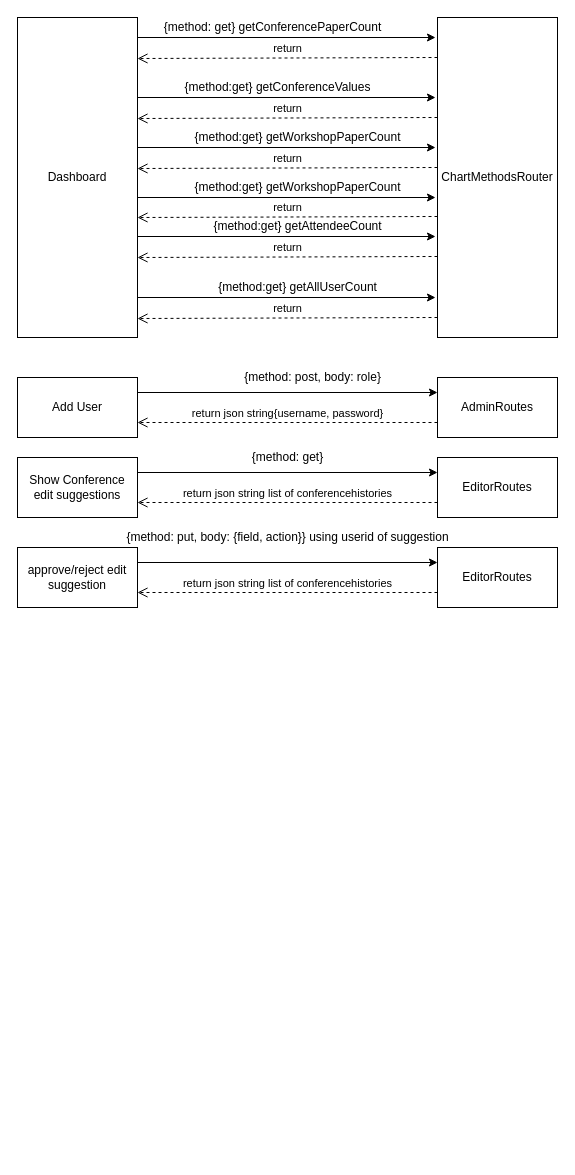
Above: page "Page-6" (6 of 6) of diagrams/Sequence_Restapi.drawio in matthew-sliit/conferencemgtool (draw.io), before the change. Source tidied: cells renumbered, new cells numbered last; positions are measured from the earlier drawing's top-left corner, leaving out a move shared by most shapes. Both pictures are drawn from the tidied source at 100%, with x=0, y=0 at pixel (17, 17).
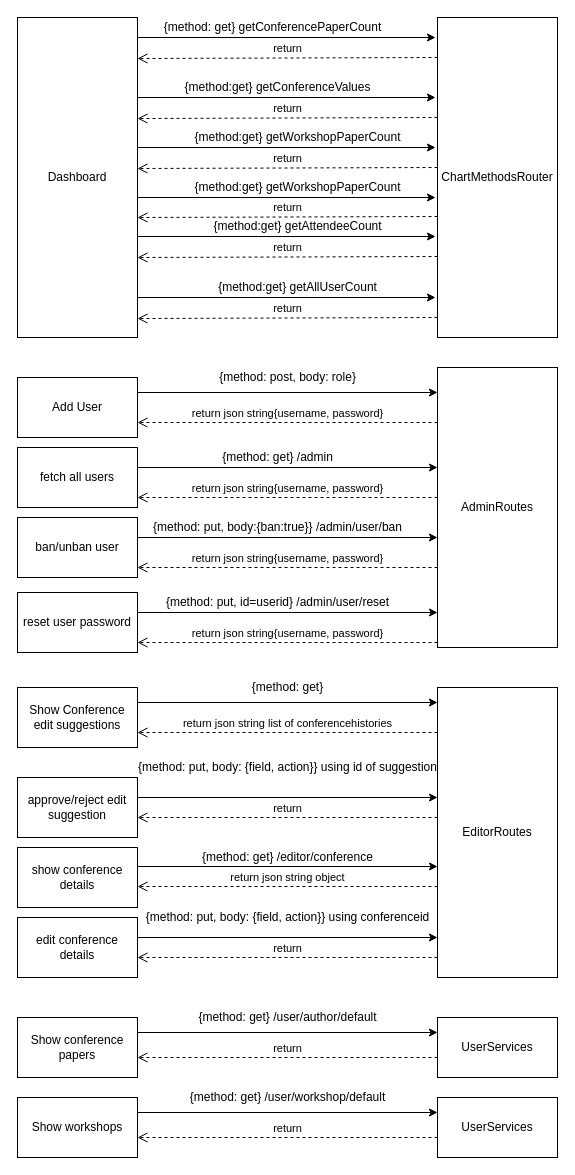
The same page after the edit.

Commit message:
Updated Admin functionality in rest api diagram.drawio

Unchanged cells that the change refers to:
```xml
<mxCell id="2" value="Add User" style="rounded=0;whiteSpace=wrap;html=1;" parent="1" vertex="1">
  <mxGeometry y="360" width="120" height="60" as="geometry" />
</mxCell>
```

The edit, as a diff of the source:
```diff
@@
-    <mxCell id="3" value="AdminRoutes" style="rounded=0;whiteSpace=wrap;html=1;" parent="1" vertex="1">
-      <mxGeometry x="420" y="360" width="120" height="60" as="geometry" />
-    </mxCell>
-    <mxCell id="4" style="endArrow=classic;html=1;exitX=1;exitY=0.25;exitDx=0;exitDy=0;entryX=0;entryY=0.25;entryDx=0;entryDy=0;" parent="1" edge="1" source="2" target="3">
-      <mxGeometry relative="1" as="geometry" />
+    <mxCell id="4" style="endArrow=classic;html=1;exitX=1;exitY=0.25;exitDx=0;exitDy=0;entryX=0;entryY=0.25;entryDx=0;entryDy=0;" parent="1" edge="1" source="2">
+      <mxGeometry relative="1" as="geometry">
+        <mxPoint x="420" y="375" as="targetPoint" />
+      </mxGeometry>
     </mxCell>
     <mxCell id="5" value="{method: post, body: role}" style="text;html=1;align=center;verticalAlign=middle;strokeColor=none;" parent="1" vertex="1">
-      <mxGeometry x="220" y="350" width="150" height="20" as="geometry" />
+      <mxGeometry x="195" y="350" width="150" height="20" as="geometry" />
     </mxCell>
-    <mxCell id="6" value="return json string{username, password}" style="html=1;verticalAlign=bottom;endArrow=open;dashed=1;endSize=8;entryX=1;entryY=0.75;entryDx=0;entryDy=0;exitX=0;exitY=0.75;exitDx=0;exitDy=0;" parent="1" edge="1" source="3" target="2">
-      <mxGeometry relative="1" as="geometry" />
+    <mxCell id="6" value="return json string{username, password}" style="html=1;verticalAlign=bottom;endArrow=open;dashed=1;endSize=8;entryX=1;entryY=0.75;entryDx=0;entryDy=0;exitX=0;exitY=0.75;exitDx=0;exitDy=0;" parent="1" edge="1" target="2">
+      <mxGeometry relative="1" as="geometry">
+        <mxPoint x="420" y="405" as="sourcePoint" />
+      </mxGeometry>
     </mxCell>
@@
     <mxCell id="27" value="Show Conference edit suggestions" style="rounded=0;whiteSpace=wrap;html=1;" parent="1" vertex="1">
-      <mxGeometry y="440" width="120" height="60" as="geometry" />
+      <mxGeometry y="670" width="120" height="60" as="geometry" />
     </mxCell>
     <mxCell id="28" value="EditorRoutes" style="rounded=0;whiteSpace=wrap;html=1;" parent="1" vertex="1">
-      <mxGeometry x="420" y="440" width="120" height="60" as="geometry" />
+      <mxGeometry x="420" y="670" width="120" height="290" as="geometry" />
     </mxCell>
-    <mxCell id="29" style="endArrow=classic;html=1;exitX=1;exitY=0.25;exitDx=0;exitDy=0;entryX=0;entryY=0.25;entryDx=0;entryDy=0;" parent="1" edge="1" target="28">
+    <mxCell id="29" style="endArrow=classic;html=1;exitX=1;exitY=0.25;exitDx=0;exitDy=0;" parent="1" edge="1">
       <mxGeometry relative="1" as="geometry">
-        <mxPoint x="120" y="455" as="sourcePoint" />
+        <mxPoint x="120" y="685" as="sourcePoint" />
+        <mxPoint x="420" y="685" as="targetPoint" />
       </mxGeometry>
     </mxCell>
     <mxCell id="30" value="{method: get}" style="text;html=1;align=center;verticalAlign=middle;strokeColor=none;" parent="1" vertex="1">
-      <mxGeometry x="225" y="430" width="90" height="20" as="geometry" />
+      <mxGeometry x="225" y="660" width="90" height="20" as="geometry" />
     </mxCell>
-    <mxCell id="31" value="return json string list of conferencehistories" style="html=1;verticalAlign=bottom;endArrow=open;dashed=1;endSize=8;entryX=1;entryY=0.75;entryDx=0;entryDy=0;exitX=0;exitY=0.75;exitDx=0;exitDy=0;" parent="1" edge="1" source="28">
+    <mxCell id="31" value="return json string list of conferencehistories" style="html=1;verticalAlign=bottom;endArrow=open;dashed=1;endSize=8;entryX=1;entryY=0.75;entryDx=0;entryDy=0;" parent="1" edge="1">
       <mxGeometry relative="1" as="geometry">
-        <mxPoint x="120" y="485" as="targetPoint" />
+        <mxPoint x="420" y="715" as="sourcePoint" />
+        <mxPoint x="120" y="715" as="targetPoint" />
       </mxGeometry>
     </mxCell>
     <mxCell id="32" value="approve/reject edit suggestion" style="rounded=0;whiteSpace=wrap;html=1;" parent="1" vertex="1">
-      <mxGeometry y="530" width="120" height="60" as="geometry" />
+      <mxGeometry y="760" width="120" height="60" as="geometry" />
     </mxCell>
-    <mxCell id="33" value="EditorRoutes" style="rounded=0;whiteSpace=wrap;html=1;" parent="1" vertex="1">
-      <mxGeometry x="420" y="530" width="120" height="60" as="geometry" />
-    </mxCell>
-    <mxCell id="34" style="endArrow=classic;html=1;exitX=1;exitY=0.25;exitDx=0;exitDy=0;entryX=0;entryY=0.25;entryDx=0;entryDy=0;" parent="1" edge="1" target="33">
-      <mxGeometry relative="1" as="geometry">
-        <mxPoint x="120" y="545" as="sourcePoint" />
-      </mxGeometry>
-    </mxCell>
-    <mxCell id="35" value="return json string list of conferencehistories" style="html=1;verticalAlign=bottom;endArrow=open;dashed=1;endSize=8;entryX=1;entryY=0.75;entryDx=0;entryDy=0;exitX=0;exitY=0.75;exitDx=0;exitDy=0;" parent="1" edge="1" source="33">
-      <mxGeometry relative="1" as="geometry">
-        <mxPoint x="120" y="575" as="targetPoint" />
-      </mxGeometry>
-    </mxCell>
-    <mxCell id="36" value="{method: put, body: {field, action}} using userid of suggestion" style="text;html=1;align=center;verticalAlign=middle;strokeColor=none;" parent="1" vertex="1">
-      <mxGeometry x="100" y="510" width="340" height="20" as="geometry" />
+    <mxCell id="36" value="{method: put, body: {field, action}} using id of suggestion" style="text;html=1;align=center;verticalAlign=middle;strokeColor=none;" parent="1" vertex="1">
+      <mxGeometry x="115" y="740" width="310" height="20" as="geometry" />
     </mxCell>
+    <mxCell id="37" value="show conference details" style="rounded=0;whiteSpace=wrap;html=1;" parent="1" vertex="1">
+      <mxGeometry y="830" width="120" height="60" as="geometry" />
+    </mxCell>
+    <mxCell id="38" value="{method: get} /editor/conference" style="text;html=1;align=center;verticalAlign=middle;strokeColor=none;" parent="1" vertex="1">
+      <mxGeometry x="175" y="830" width="190" height="20" as="geometry" />
+    </mxCell>
+    <mxCell id="39" value="edit conference details" style="rounded=0;whiteSpace=wrap;html=1;" parent="1" vertex="1">
+      <mxGeometry y="900" width="120" height="60" as="geometry" />
+    </mxCell>
+    <mxCell id="40" value="{method: put, body: {field, action}} using conferenceid" style="text;html=1;align=center;verticalAlign=middle;strokeColor=none;" parent="1" vertex="1">
+      <mxGeometry x="120" y="890" width="300" height="20" as="geometry" />
+    </mxCell>
+    <mxCell id="41" style="endArrow=classic;html=1;exitX=1;exitY=0.25;exitDx=0;exitDy=0;" parent="1" edge="1">
+      <mxGeometry relative="1" as="geometry">
+        <mxPoint x="120" y="780" as="sourcePoint" />
+        <mxPoint x="420" y="780" as="targetPoint" />
+      </mxGeometry>
+    </mxCell>
+    <mxCell id="42" style="endArrow=classic;html=1;exitX=1;exitY=0.25;exitDx=0;exitDy=0;" parent="1" edge="1">
+      <mxGeometry relative="1" as="geometry">
+        <mxPoint x="120" y="849" as="sourcePoint" />
+        <mxPoint x="420" y="849" as="targetPoint" />
+      </mxGeometry>
+    </mxCell>
+    <mxCell id="43" value="return" style="html=1;verticalAlign=bottom;endArrow=open;dashed=1;endSize=8;entryX=1;entryY=0.75;entryDx=0;entryDy=0;" parent="1" edge="1">
+      <mxGeometry relative="1" as="geometry">
+        <mxPoint x="420" y="940" as="sourcePoint" />
+        <mxPoint x="120" y="940" as="targetPoint" />
+      </mxGeometry>
+    </mxCell>
+    <mxCell id="44" style="endArrow=classic;html=1;exitX=1;exitY=0.25;exitDx=0;exitDy=0;" parent="1" edge="1">
+      <mxGeometry relative="1" as="geometry">
+        <mxPoint x="120" y="920" as="sourcePoint" />
+        <mxPoint x="420" y="920" as="targetPoint" />
+      </mxGeometry>
+    </mxCell>
+    <mxCell id="45" value="return json string object" style="html=1;verticalAlign=bottom;endArrow=open;dashed=1;endSize=8;entryX=1;entryY=0.75;entryDx=0;entryDy=0;" parent="1" edge="1">
+      <mxGeometry relative="1" as="geometry">
+        <mxPoint x="420" y="869" as="sourcePoint" />
+        <mxPoint x="120" y="869" as="targetPoint" />
+      </mxGeometry>
+    </mxCell>
+    <mxCell id="46" value="Show conference papers" style="rounded=0;whiteSpace=wrap;html=1;" parent="1" vertex="1">
+      <mxGeometry y="1000" width="120" height="60" as="geometry" />
+    </mxCell>
+    <mxCell id="47" value="UserServices" style="rounded=0;whiteSpace=wrap;html=1;" parent="1" vertex="1">
+      <mxGeometry x="420" y="1000" width="120" height="60" as="geometry" />
+    </mxCell>
+    <mxCell id="48" style="endArrow=classic;html=1;exitX=1;exitY=0.25;exitDx=0;exitDy=0;entryX=0;entryY=0.25;entryDx=0;entryDy=0;" parent="1" edge="1" source="46" target="47">
+      <mxGeometry relative="1" as="geometry" />
+    </mxCell>
+    <mxCell id="49" value="{method: get} /user/author/default" style="text;html=1;align=center;verticalAlign=middle;strokeColor=none;" parent="1" vertex="1">
+      <mxGeometry x="175" y="990" width="190" height="20" as="geometry" />
+    </mxCell>
+    <mxCell id="50" value="Show workshops" style="rounded=0;whiteSpace=wrap;html=1;" parent="1" vertex="1">
+      <mxGeometry y="1080" width="120" height="60" as="geometry" />
+    </mxCell>
+    <mxCell id="51" value="UserServices" style="rounded=0;whiteSpace=wrap;html=1;" parent="1" vertex="1">
+      <mxGeometry x="420" y="1080" width="120" height="60" as="geometry" />
+    </mxCell>
+    <mxCell id="52" style="endArrow=classic;html=1;exitX=1;exitY=0.25;exitDx=0;exitDy=0;entryX=0;entryY=0.25;entryDx=0;entryDy=0;" parent="1" edge="1" source="50" target="51">
+      <mxGeometry relative="1" as="geometry" />
+    </mxCell>
+    <mxCell id="53" value="{method: get} /user/workshop/default" style="text;html=1;align=center;verticalAlign=middle;strokeColor=none;" parent="1" vertex="1">
+      <mxGeometry x="165" y="1070" width="210" height="20" as="geometry" />
+    </mxCell>
+    <mxCell id="54" value="return" style="html=1;verticalAlign=bottom;endArrow=open;dashed=1;endSize=8;entryX=1;entryY=0.75;entryDx=0;entryDy=0;" parent="1" edge="1">
+      <mxGeometry relative="1" as="geometry">
+        <mxPoint x="420" y="800" as="sourcePoint" />
+        <mxPoint x="120" y="800" as="targetPoint" />
+      </mxGeometry>
+    </mxCell>
+    <mxCell id="55" value="return" style="html=1;verticalAlign=bottom;endArrow=open;dashed=1;endSize=8;entryX=1;entryY=0.75;entryDx=0;entryDy=0;" parent="1" edge="1">
+      <mxGeometry relative="1" as="geometry">
+        <mxPoint x="420" y="1040" as="sourcePoint" />
+        <mxPoint x="120" y="1040" as="targetPoint" />
+      </mxGeometry>
+    </mxCell>
+    <mxCell id="56" value="return" style="html=1;verticalAlign=bottom;endArrow=open;dashed=1;endSize=8;entryX=1;entryY=0.75;entryDx=0;entryDy=0;" parent="1" edge="1">
+      <mxGeometry relative="1" as="geometry">
+        <mxPoint x="420" y="1120" as="sourcePoint" />
+        <mxPoint x="120" y="1120" as="targetPoint" />
+      </mxGeometry>
+    </mxCell>
+    <mxCell id="57" value="fetch all users" style="rounded=0;whiteSpace=wrap;html=1;" parent="1" vertex="1">
+      <mxGeometry y="430" width="120" height="60" as="geometry" />
+    </mxCell>
+    <mxCell id="58" style="endArrow=classic;html=1;exitX=1;exitY=0.25;exitDx=0;exitDy=0;entryX=0;entryY=0.25;entryDx=0;entryDy=0;" parent="1" edge="1">
+      <mxGeometry relative="1" as="geometry">
+        <mxPoint x="120" y="450" as="sourcePoint" />
+        <mxPoint x="420" y="450" as="targetPoint" />
+      </mxGeometry>
+    </mxCell>
+    <mxCell id="59" value="return json string{username, password}" style="html=1;verticalAlign=bottom;endArrow=open;dashed=1;endSize=8;entryX=1;entryY=0.75;entryDx=0;entryDy=0;exitX=0;exitY=0.75;exitDx=0;exitDy=0;" parent="1" edge="1">
+      <mxGeometry relative="1" as="geometry">
+        <mxPoint x="420" y="480" as="sourcePoint" />
+        <mxPoint x="120" y="480" as="targetPoint" />
+      </mxGeometry>
+    </mxCell>
+    <mxCell id="3" value="AdminRoutes" style="rounded=0;whiteSpace=wrap;html=1;" parent="1" vertex="1">
+      <mxGeometry x="420" y="350" width="120" height="280" as="geometry" />
+    </mxCell>
+    <mxCell id="60" value="{method: get} /admin" style="text;html=1;align=center;verticalAlign=middle;strokeColor=none;" parent="1" vertex="1">
+      <mxGeometry x="195" y="430" width="130" height="20" as="geometry" />
+    </mxCell>
+    <mxCell id="61" value="ban/unban user" style="rounded=0;whiteSpace=wrap;html=1;" parent="1" vertex="1">
+      <mxGeometry y="500" width="120" height="60" as="geometry" />
+    </mxCell>
+    <mxCell id="62" style="endArrow=classic;html=1;exitX=1;exitY=0.25;exitDx=0;exitDy=0;entryX=0;entryY=0.25;entryDx=0;entryDy=0;" parent="1" edge="1">
+      <mxGeometry relative="1" as="geometry">
+        <mxPoint x="120" y="520" as="sourcePoint" />
+        <mxPoint x="420" y="520" as="targetPoint" />
+      </mxGeometry>
+    </mxCell>
+    <mxCell id="63" value="return json string{username, password}" style="html=1;verticalAlign=bottom;endArrow=open;dashed=1;endSize=8;entryX=1;entryY=0.75;entryDx=0;entryDy=0;exitX=0;exitY=0.75;exitDx=0;exitDy=0;" parent="1" edge="1">
+      <mxGeometry relative="1" as="geometry">
+        <mxPoint x="420" y="550" as="sourcePoint" />
+        <mxPoint x="120" y="550" as="targetPoint" />
+      </mxGeometry>
+    </mxCell>
+    <mxCell id="64" value="{method: put, body:{ban:true}} /admin/user/ban" style="text;html=1;align=center;verticalAlign=middle;strokeColor=none;" parent="1" vertex="1">
+      <mxGeometry x="130" y="500" width="260" height="20" as="geometry" />
+    </mxCell>
+    <mxCell id="65" value="reset user password" style="rounded=0;whiteSpace=wrap;html=1;" parent="1" vertex="1">
+      <mxGeometry y="575" width="120" height="60" as="geometry" />
+    </mxCell>
+    <mxCell id="66" style="endArrow=classic;html=1;exitX=1;exitY=0.25;exitDx=0;exitDy=0;entryX=0;entryY=0.25;entryDx=0;entryDy=0;" parent="1" edge="1">
+      <mxGeometry relative="1" as="geometry">
+        <mxPoint x="120" y="595" as="sourcePoint" />
+        <mxPoint x="420" y="595" as="targetPoint" />
+      </mxGeometry>
+    </mxCell>
+    <mxCell id="67" value="return json string{username, password}" style="html=1;verticalAlign=bottom;endArrow=open;dashed=1;endSize=8;entryX=1;entryY=0.75;entryDx=0;entryDy=0;exitX=0;exitY=0.75;exitDx=0;exitDy=0;" parent="1" edge="1">
+      <mxGeometry relative="1" as="geometry">
+        <mxPoint x="420" y="625" as="sourcePoint" />
+        <mxPoint x="120" y="625" as="targetPoint" />
+      </mxGeometry>
+    </mxCell>
+    <mxCell id="68" value="{method: put, id=userid} /admin/user/reset" style="text;html=1;align=center;verticalAlign=middle;strokeColor=none;" parent="1" vertex="1">
+      <mxGeometry x="140" y="575" width="240" height="20" as="geometry" />
+    </mxCell>
```
